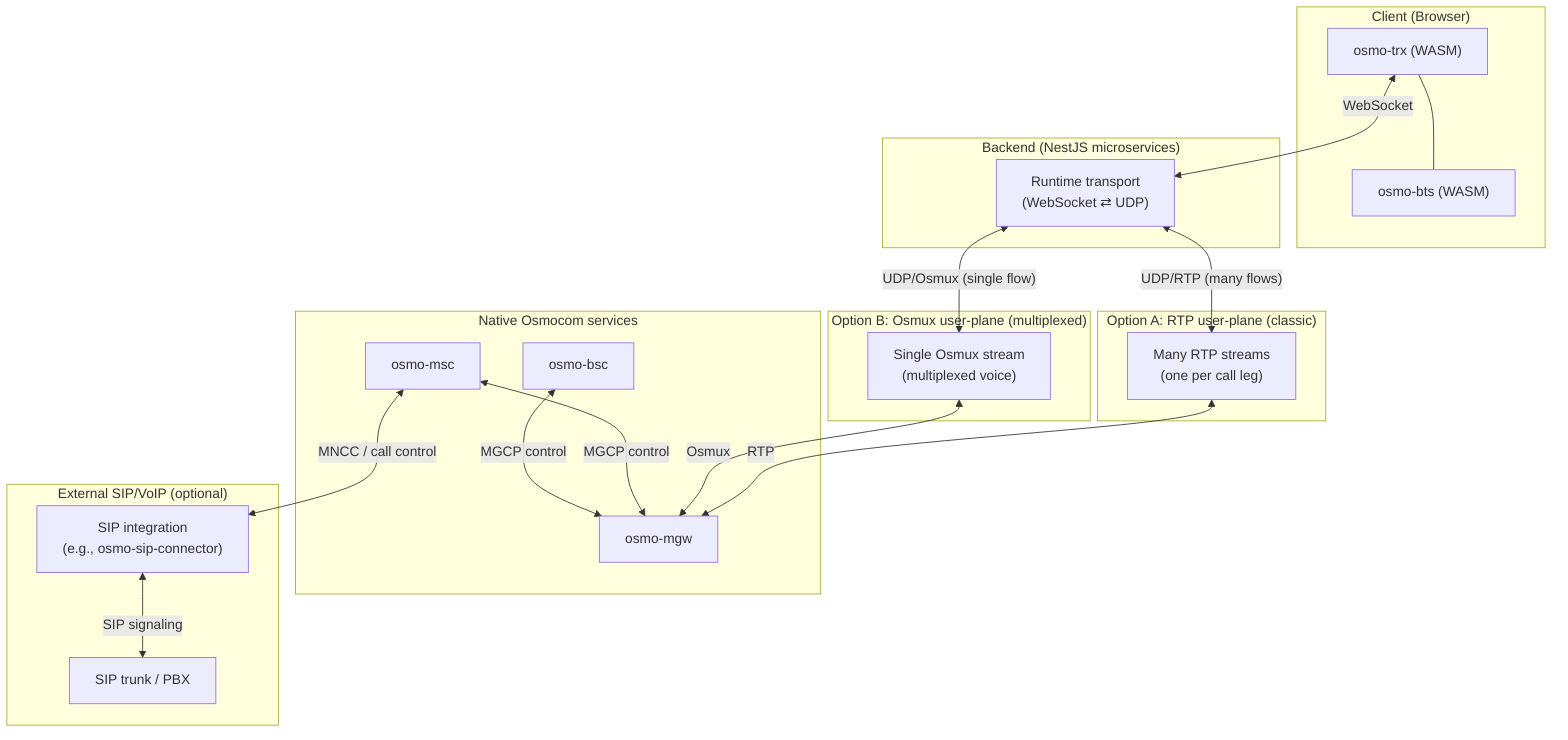
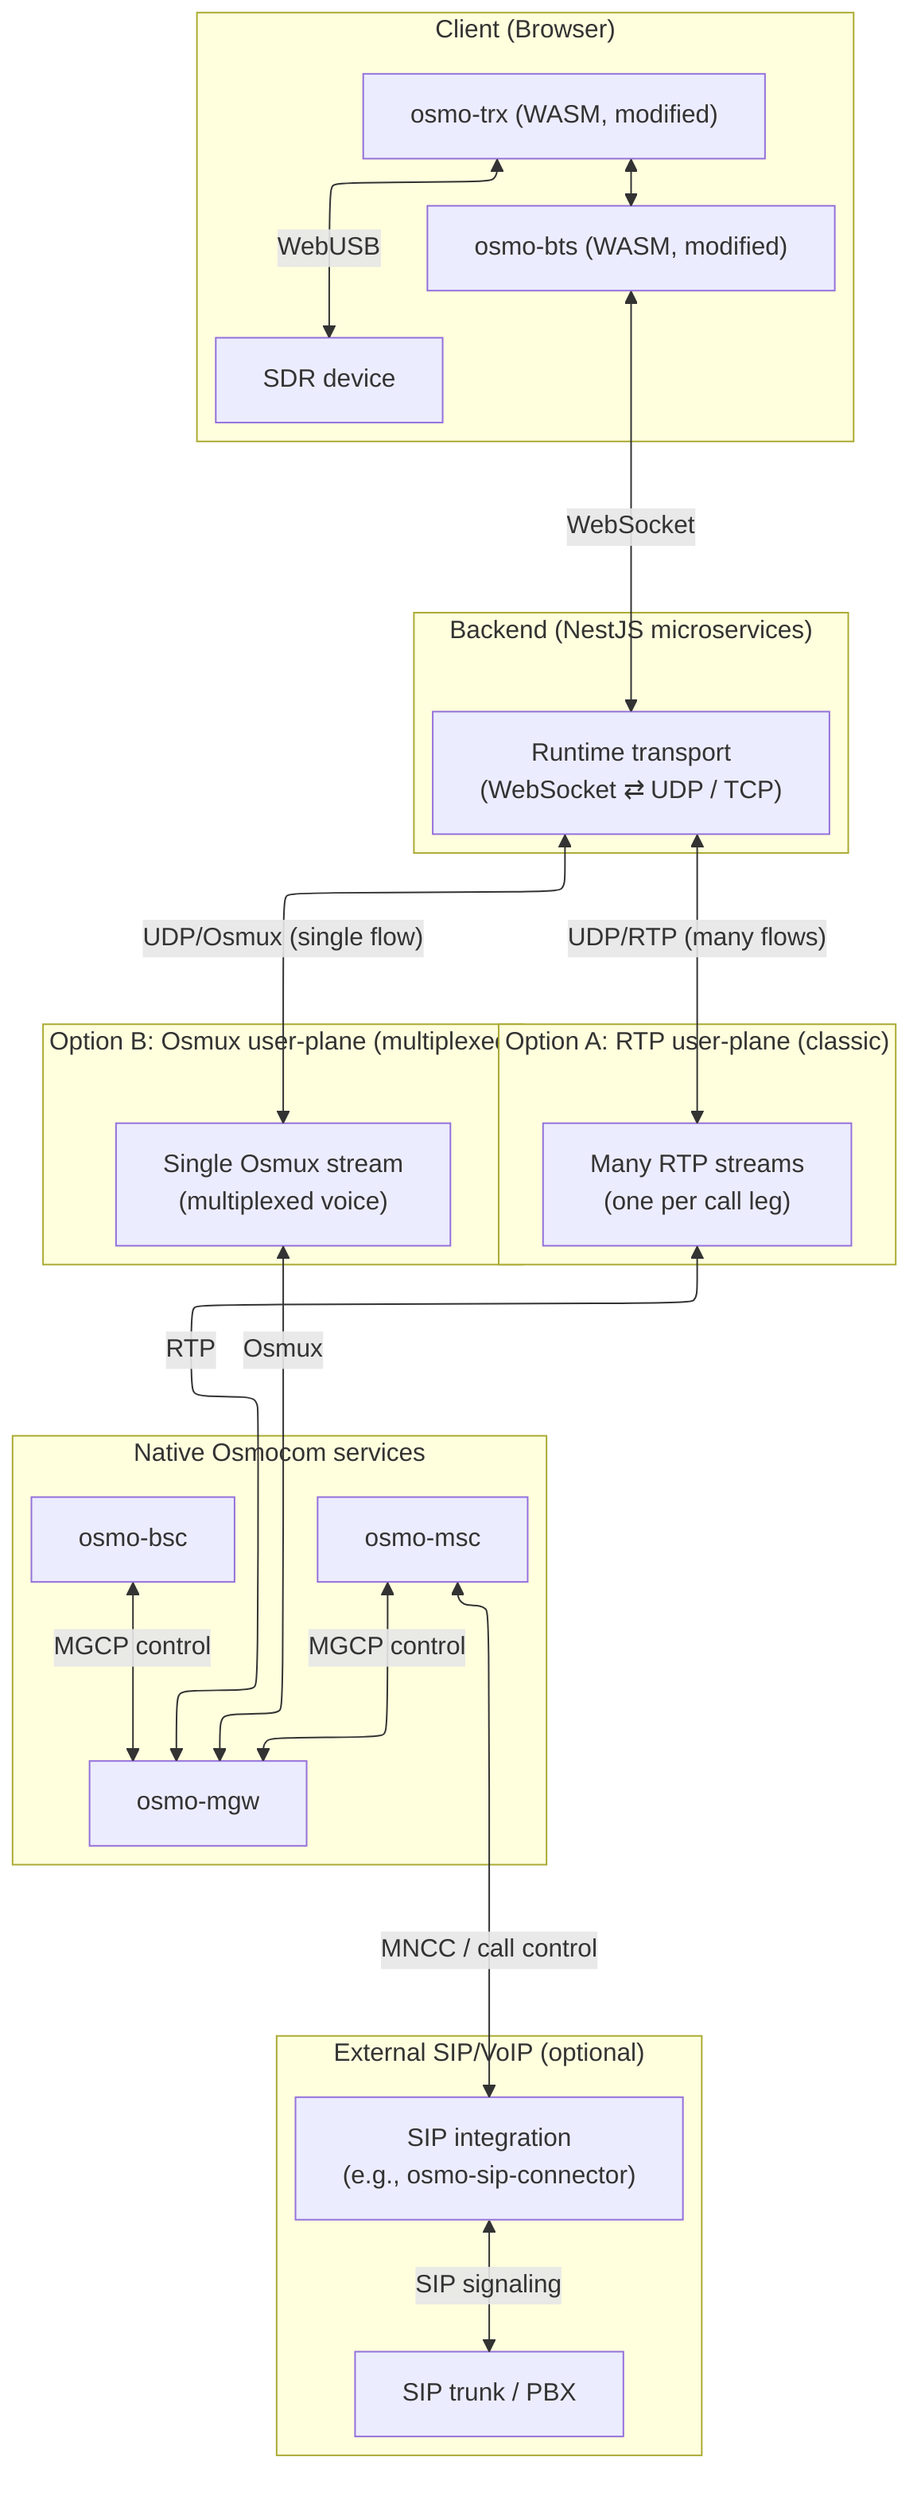
+ ---
+ config:
+   layout: elk
+ ---
flowchart TB
  %% Comparison of voice transport options

  subgraph Browser["Client (Browser)"]
-     TRX["osmo-trx (WASM)"]
-     BTS["osmo-bts (WASM)"]
-     TRX --- BTS
+     TRX["osmo-trx (WASM, modified)"]
+     BTS["osmo-bts (WASM, modified)"]
+     SDR["SDR device"]
+     TRX <--> BTS
+     TRX <--> |"WebUSB"| SDR
  end

  subgraph Backend["Backend (NestJS microservices)"]
-     RTS["Runtime transport<br/>(WebSocket ⇄ UDP)"]
+     RTS["Runtime transport<br/>(WebSocket ⇄ UDP / TCP)"]
  end

  subgraph Osmocom["Native Osmocom services"]
    BSC["osmo-bsc"]
    MGW["osmo-mgw"]
    MSC["osmo-msc"]
  end

  subgraph External["External SIP/VoIP (optional)"]
    SIPGW["SIP integration<br/>(e.g., osmo-sip-connector)"]
    TRUNK["SIP trunk / PBX"]
    SIPGW <--> |"SIP signaling"| TRUNK
  end

  %% Option A: RTP (classic)
  subgraph A["Option A: RTP user-plane (classic)"]
    A1["Many RTP streams<br/>(one per call leg)"]
  end

  %% Option B: Osmux
  subgraph B["Option B: Osmux user-plane (multiplexed)"]
    B1["Single Osmux stream<br/>(multiplexed voice)"]
  end

-   TRX <--> |"WebSocket"| RTS
+   BTS <--> |"WebSocket"| RTS

  %% show both possibilities from RTS into Osmocom side
  RTS <--> |"UDP/RTP (many flows)"| A1
  A1 <--> |"RTP"| MGW

  RTS <--> |"UDP/Osmux (single flow)"| B1
  B1 <--> |"Osmux"| MGW

  MSC <--> |"MGCP control"| MGW
  BSC <--> |"MGCP control"| MGW

  %% external SIP note (signaling)
  MSC <--> |"MNCC / call control"| SIPGW
